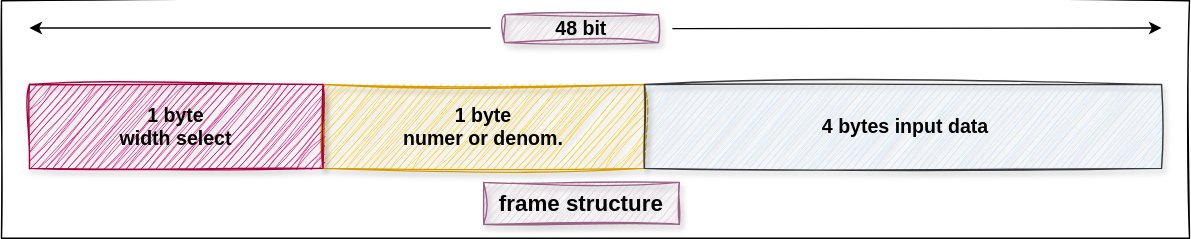
Earlier version of the draw.io export images/input_data_frame_structure.svg (vicharak-in/divider_core). Source tidied: cells renumbered, new cells last; positions are measured from the earlier drawing's top-left corner, leaving out a move shared by most shapes.
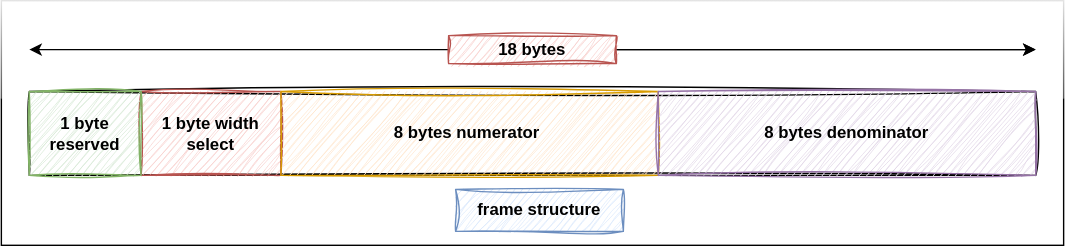
After the change.

The edit, as a diff of the source:
```diff
@@ -2,45 +2,56 @@
   <root>
     <mxCell id="0" />
     <mxCell id="1" parent="0" />
-    <mxCell id="2" value="&lt;div&gt;&lt;br&gt;&lt;/div&gt;" style="rounded=0;whiteSpace=wrap;html=1;fontSize=16;fontStyle=1;fillStyle=solid;sketch=1;curveFitting=1;jiggle=2;" parent="1" vertex="1">
-      <mxGeometry width="850" height="170" as="geometry" />
-    </mxCell>
-    <mxCell id="3" value="&lt;div&gt;&lt;br&gt;&lt;/div&gt;1 byte&lt;br&gt;numer or denom.&lt;div&gt;&lt;br&gt;&lt;/div&gt;" style="rounded=0;whiteSpace=wrap;html=1;fillColor=#ffcd28;strokeColor=#d79b00;fontSize=14;fontStyle=1;align=center;sketch=1;curveFitting=1;jiggle=2;gradientColor=none;shadow=1;" parent="1" vertex="1">
-      <mxGeometry x="230" y="60" width="230" height="60" as="geometry" />
-    </mxCell>
+    <mxCell id="11" style="rounded=0;whiteSpace=wrap;html=1;glass=1;" parent="1" vertex="1">
+      <mxGeometry x="90" y="140" width="760" height="175" as="geometry" />
+    </mxCell>
+    <mxCell id="12" style="rounded=0;whiteSpace=wrap;html=1;sketch=1;curveFitting=1;jiggle=2;" parent="1" vertex="1">
+      <mxGeometry x="110" y="205" width="720" height="60" as="geometry" />
+    </mxCell>
-    <mxCell id="4" value="1 byte&lt;br&gt;width select" style="rounded=0;whiteSpace=wrap;html=1;fillColor=#d80073;strokeColor=#A50040;fontSize=14;fontStyle=1;glass=0;shadow=1;sketch=1;curveFitting=1;jiggle=2;fontColor=#000000;" parent="1" vertex="1">
-      <mxGeometry x="20" y="60" width="210" height="60" as="geometry" />
+    <mxCell id="4" value="1 byte width select" style="rounded=0;whiteSpace=wrap;html=1;sketch=1;curveFitting=1;jiggle=2;fillColor=#f8cecc;strokeColor=#b85450;fontStyle=1;" parent="1" vertex="1">
+      <mxGeometry x="190" y="205" width="100" height="60" as="geometry" />
     </mxCell>
-    <mxCell id="5" value="&amp;nbsp;&lt;b&gt;4 bytes input data&lt;/b&gt;" style="rounded=0;whiteSpace=wrap;html=1;fontSize=14;sketch=1;curveFitting=1;jiggle=2;fillColor=#cce5ff;strokeColor=#36393d;shadow=1;" parent="1" vertex="1">
-      <mxGeometry x="460" y="60" width="370" height="60" as="geometry" />
-    </mxCell>
-    <mxCell id="6" style="endArrow=classic;html=1;rounded=0;strokeWidth=1;" parent="1" edge="1">
-      <mxGeometry relative="1" as="geometry">
-        <mxPoint x="480" y="20" as="sourcePoint" />
-        <mxPoint x="830" y="19.5" as="targetPoint" />
-        <Array as="points">
-          <mxPoint x="830" y="19.5" />
-        </Array>
-      </mxGeometry>
-    </mxCell>
-    <mxCell id="7" style="endArrow=classic;html=1;rounded=0;strokeWidth=1;" parent="1" edge="1">
-      <mxGeometry relative="1" as="geometry">
-        <mxPoint x="350" y="19.5" as="sourcePoint" />
-        <mxPoint x="20" y="19.5" as="targetPoint" />
-        <Array as="points">
-          <mxPoint x="190" y="19.5" />
-          <mxPoint x="20" y="19.5" />
-        </Array>
-      </mxGeometry>
-    </mxCell>
-    <mxCell id="8" value="&lt;b&gt;&lt;font style=&quot;font-size: 14px;&quot;&gt;48 bit&lt;/font&gt;&lt;/b&gt;" style="rounded=0;whiteSpace=wrap;html=1;fillColor=#e6d0de;gradientColor=none;strokeColor=#996185;sketch=1;curveFitting=1;jiggle=2;shadow=1;" parent="1" vertex="1">
-      <mxGeometry x="360" y="10" width="110" height="20" as="geometry" />
-    </mxCell>
+    <mxCell id="13" value="8 bytes numerator&amp;nbsp;" style="rounded=0;whiteSpace=wrap;html=1;sketch=1;curveFitting=1;jiggle=2;fillColor=#ffe6cc;strokeColor=#d79b00;fontStyle=1;" parent="1" vertex="1">
+      <mxGeometry x="290" y="205" width="270" height="60" as="geometry" />
+    </mxCell>
+    <mxCell id="14" value="1 byte reserved" style="rounded=0;whiteSpace=wrap;html=1;sketch=1;curveFitting=1;jiggle=2;fillColor=#d5e8d4;strokeColor=#82b366;fontStyle=1;" parent="1" vertex="1">
+      <mxGeometry x="110" y="205" width="80" height="60" as="geometry" />
+    </mxCell>
+    <mxCell id="15" value="8 bytes denominator" style="rounded=0;whiteSpace=wrap;html=1;sketch=1;curveFitting=1;jiggle=2;fillColor=#e1d5e7;strokeColor=#9673a6;fontStyle=1;" parent="1" vertex="1">
+      <mxGeometry x="560" y="205" width="270" height="60" as="geometry" />
+    </mxCell>
-    <mxCell id="9" value="frame structure" style="rounded=0;whiteSpace=wrap;html=1;fontSize=16;fontStyle=1;labelBorderColor=none;fillColor=#e6d0de;gradientColor=none;strokeColor=#996185;sketch=1;curveFitting=1;jiggle=2;shadow=1;" parent="1" vertex="1">
-      <mxGeometry x="345" y="130" width="140" height="30" as="geometry" />
+    <mxCell id="9" value="frame structure" style="rounded=0;whiteSpace=wrap;html=1;fillColor=#dae8fc;strokeColor=#6c8ebf;sketch=1;curveFitting=1;jiggle=2;fontStyle=1;" parent="1" vertex="1">
+      <mxGeometry x="415" y="275" width="120" height="30" as="geometry" />
     </mxCell>
-    <mxCell id="10" style="edgeStyle=orthogonalEdgeStyle;rounded=0;orthogonalLoop=1;jettySize=auto;html=1;exitX=0.5;exitY=1;exitDx=0;exitDy=0;" parent="1" edge="1" source="4" target="4">
-      <mxGeometry relative="1" as="geometry" />
-    </mxCell>
+    <mxCell id="16" style="endArrow=classic;html=1;rounded=0;entryX=0.592;entryY=0.2;entryDx=0;entryDy=0;entryPerimeter=0;" parent="1" edge="1">
+      <mxGeometry relative="1" as="geometry">
+        <mxPoint x="530" y="175" as="sourcePoint" />
+        <mxPoint x="829.9" y="175" as="targetPoint" />
+        <Array as="points">
+          <mxPoint x="830" y="175" />
+        </Array>
+      </mxGeometry>
+    </mxCell>
+    <mxCell id="17" style="endArrow=classic;html=1;rounded=0;entryX=0.592;entryY=0.2;entryDx=0;entryDy=0;entryPerimeter=0;" parent="1" edge="1">
+      <mxGeometry relative="1" as="geometry">
+        <mxPoint x="530" y="175" as="sourcePoint" />
+        <mxPoint x="829.9" y="175" as="targetPoint" />
+        <Array as="points">
+          <mxPoint x="830" y="175" />
+        </Array>
+      </mxGeometry>
+    </mxCell>
+    <mxCell id="18" style="endArrow=classic;html=1;rounded=0;entryX=0.592;entryY=0.2;entryDx=0;entryDy=0;entryPerimeter=0;" parent="1" edge="1">
+      <mxGeometry relative="1" as="geometry">
+        <mxPoint x="410" y="175" as="sourcePoint" />
+        <mxPoint x="110.1" y="175" as="targetPoint" />
+        <Array as="points">
+          <mxPoint x="110" y="175" />
+        </Array>
+      </mxGeometry>
+    </mxCell>
+    <mxCell id="19" value="&lt;b&gt;18 bytes&lt;/b&gt;" style="rounded=0;whiteSpace=wrap;html=1;sketch=1;curveFitting=1;jiggle=2;fillColor=#f8cecc;strokeColor=#b85450;" parent="1" vertex="1">
+      <mxGeometry x="410" y="165" width="120" height="20" as="geometry" />
+    </mxCell>
   </root>
 </mxGraphModel>
```
